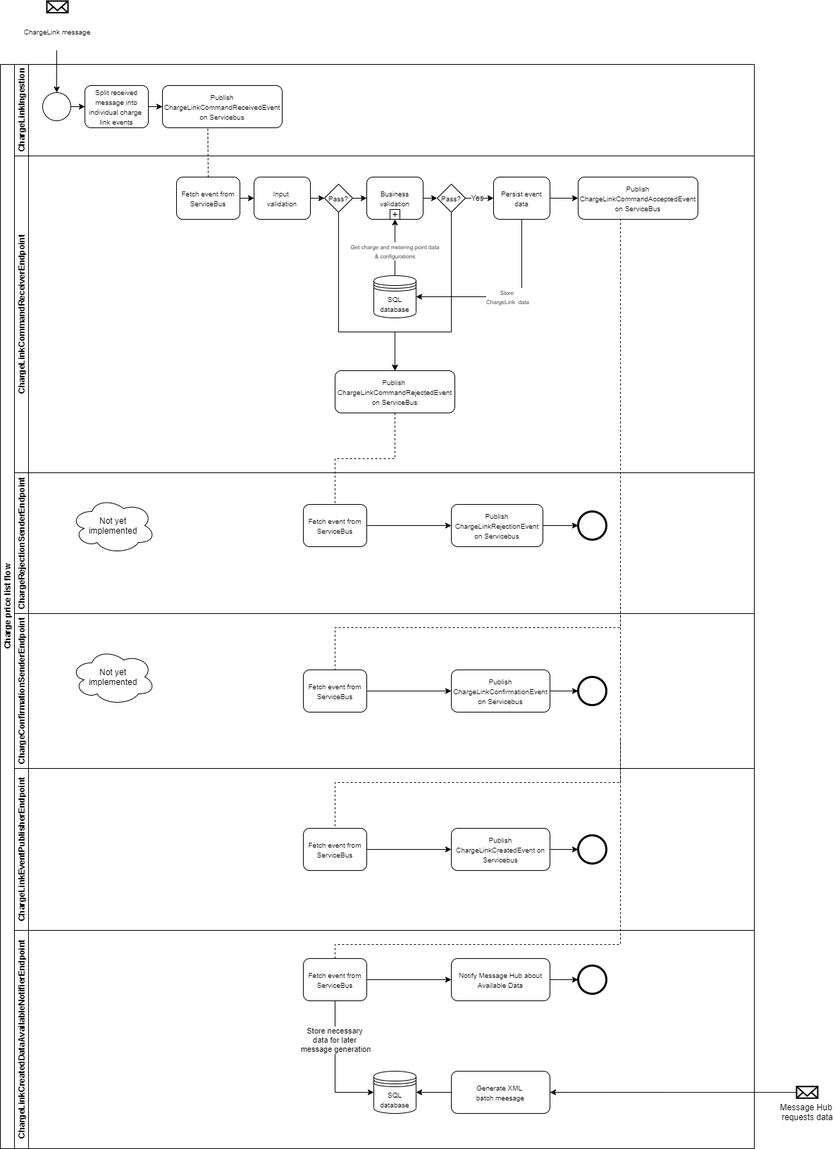
Above: docs/process-flows/images/CreateChargeLinkProcessFlow.png in Energinet-DataHub/ARCHIVED-geh-charges (draw.io), before the change. Source tidied: cells renumbered, new cells last; positions are measured from the earlier drawing's top-left corner, leaving out a move shared by most shapes.
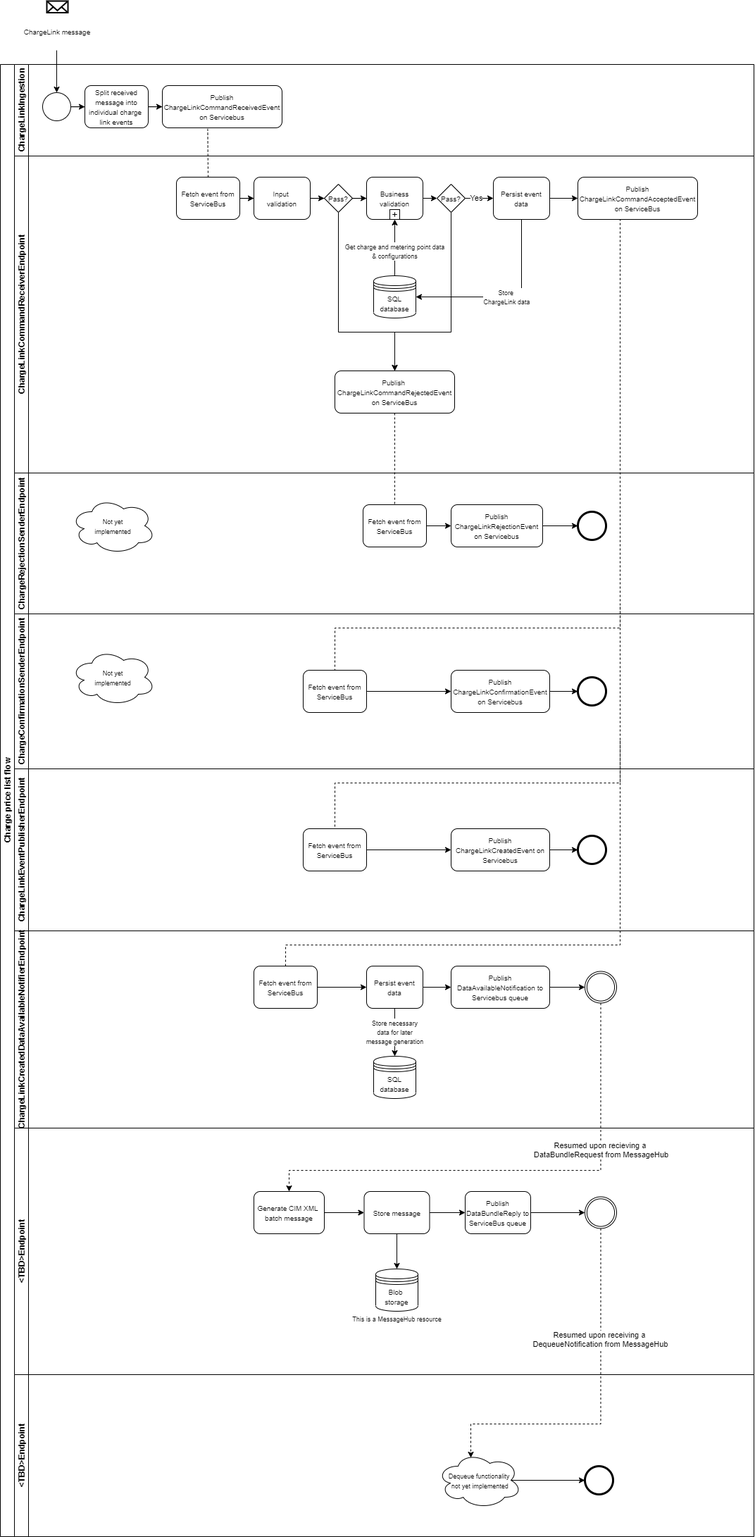
Later version of the same file.

Commit message:
Alternative display of MessageHub communication

What changed in the source:
```diff
@@ -3,7 +3,7 @@
     <mxCell id="0" />
     <mxCell id="1" parent="0" />
     <mxCell id="2" value="Charge price list flow" style="swimlane;html=1;horizontal=0;startSize=20;rounded=0;" parent="1" vertex="1">
-      <mxGeometry y="90" width="1070" height="1540" as="geometry" />
+      <mxGeometry y="90" width="1070" height="2090" as="geometry" />
     </mxCell>
     <mxCell id="3" value="ChargeLinkIngestion" style="swimlane;html=1;startSize=20;horizontal=0;" parent="2" vertex="1">
       <mxGeometry x="20" width="1050" height="130" as="geometry" />
@@ -98,7 +98,7 @@
     <mxCell id="29" value="&lt;span style=&quot;font-size: 10px&quot;&gt;Publish&amp;nbsp;&lt;/span&gt;&lt;br style=&quot;font-size: 10px&quot;&gt;&lt;span style=&quot;font-size: 10px&quot;&gt;ChargeLinkCommandRejectedEvent on ServiceBus&lt;/span&gt;" style="whiteSpace=wrap;html=1;rounded=1;" parent="9" vertex="1">
       <mxGeometry x="455" y="305" width="170" height="60" as="geometry" />
     </mxCell>
-    <mxCell id="30" value="&lt;font style=&quot;font-size: 8px&quot;&gt;Store &lt;br&gt;ChargeLink&amp;nbsp; data&lt;/font&gt;" style="edgeStyle=orthogonalEdgeStyle;rounded=0;jettySize=auto;html=1;entryX=1;entryY=0.5;entryDx=0;entryDy=0;" parent="9" edge="1" source="15" target="28">
+    <mxCell id="30" value="&lt;font style=&quot;font-size: 9px&quot;&gt;Store &lt;br&gt;ChargeLink data&lt;/font&gt;" style="edgeStyle=orthogonalEdgeStyle;rounded=0;jettySize=auto;html=1;entryX=1;entryY=0.5;entryDx=0;entryDy=0;" parent="9" edge="1" source="15" target="28">
       <mxGeometry relative="1" as="geometry">
         <Array as="points">
           <mxPoint x="720" y="200" />
@@ -118,12 +118,12 @@
       <mxGeometry relative="1" as="geometry" />
     </mxCell>
     <mxCell id="35" value="&lt;font style=&quot;font-size: 10px&quot;&gt;Fetch event from ServiceBus&lt;/font&gt;" style="rounded=1;whiteSpace=wrap;html=1;fontFamily=Helvetica;fontSize=12;fontColor=#000000;align=center;" parent="31" vertex="1">
-      <mxGeometry x="410" y="45" width="90" height="60" as="geometry" />
+      <mxGeometry x="495" y="45" width="90" height="60" as="geometry" />
     </mxCell>
     <mxCell id="36" value="&lt;font style=&quot;font-size: 10px&quot;&gt;Publish ChargeLinkRejectionEvent on Servicebus&lt;/font&gt;" style="rounded=1;whiteSpace=wrap;html=1;fontFamily=Helvetica;fontSize=12;fontColor=#000000;align=center;" parent="31" vertex="1">
       <mxGeometry x="620" y="45" width="130" height="60" as="geometry" />
     </mxCell>
-    <mxCell id="37" value="Not yet&lt;br&gt;implemented" style="ellipse;shape=cloud;whiteSpace=wrap;html=1;" parent="31" vertex="1">
+    <mxCell id="37" value="&lt;font style=&quot;font-size: 9px&quot;&gt;Not yet&lt;br&gt;implemented&lt;/font&gt;" style="ellipse;shape=cloud;whiteSpace=wrap;html=1;" parent="31" vertex="1">
       <mxGeometry x="80" y="35" width="120" height="80" as="geometry" />
     </mxCell>
     <mxCell id="38" value="ChargeConfirmationSenderEndpoint" style="swimlane;html=1;startSize=20;horizontal=0;" parent="2" vertex="1">
@@ -144,7 +144,7 @@
     <mxCell id="43" style="edgeStyle=orthogonalEdgeStyle;rounded=0;jettySize=auto;html=1;exitX=1;exitY=0.5;exitDx=0;exitDy=0;entryX=0;entryY=0.5;entryDx=0;entryDy=0;" parent="38" edge="1" source="42" target="41">
       <mxGeometry relative="1" as="geometry" />
     </mxCell>
-    <mxCell id="44" value="Not yet&lt;br&gt;implemented" style="ellipse;shape=cloud;whiteSpace=wrap;html=1;" parent="38" vertex="1">
+    <mxCell id="44" value="&lt;font style=&quot;font-size: 9px&quot;&gt;Not yet&lt;br&gt;implemented&lt;/font&gt;" style="ellipse;shape=cloud;whiteSpace=wrap;html=1;" parent="38" vertex="1">
       <mxGeometry x="80" y="50" width="120" height="80" as="geometry" />
     </mxCell>
     <mxCell id="45" value="ChargeLinkEventPublisherEndpoint" style="swimlane;html=1;startSize=20;horizontal=0;" parent="2" vertex="1">
@@ -167,58 +167,120 @@
     <mxCell id="50" style="edgeStyle=orthogonalEdgeStyle;rounded=0;jettySize=auto;html=1;exitX=1;exitY=0.5;exitDx=0;exitDy=0;entryX=0;entryY=0.5;entryDx=0;entryDy=0;" parent="45" edge="1" source="49" target="48">
       <mxGeometry relative="1" as="geometry" />
     </mxCell>
+    <mxCell id="62" style="endArrow=none;dashed=1;html=1;entryX=0.379;entryY=1.023;entryDx=0;entryDy=0;exitX=0.5;exitY=0;exitDx=0;exitDy=0;entryPerimeter=0;" parent="2" edge="1" source="10" target="7">
+      <mxGeometry relative="1" as="geometry" />
+    </mxCell>
+    <mxCell id="63" style="endArrow=none;dashed=1;edgeStyle=orthogonalEdgeStyle;rounded=0;jettySize=auto;html=1;entryX=0.5;entryY=0;entryDx=0;entryDy=0;exitX=0.5;exitY=1;exitDx=0;exitDy=0;" parent="2" edge="1" source="29" target="35">
+      <mxGeometry relative="1" as="geometry" />
+    </mxCell>
+    <mxCell id="64" style="endArrow=none;dashed=1;edgeStyle=orthogonalEdgeStyle;rounded=0;jettySize=auto;html=1;entryX=0.5;entryY=0;entryDx=0;entryDy=0;exitX=0.5;exitY=1;exitDx=0;exitDy=0;" parent="2" edge="1" source="14" target="42">
+      <mxGeometry relative="1" as="geometry">
+        <Array as="points">
+          <mxPoint x="880" y="220" />
+          <mxPoint x="880" y="800" />
+          <mxPoint x="475" y="800" />
+        </Array>
+      </mxGeometry>
+    </mxCell>
     <mxCell id="51" value="ChargeLinkCreatedDataAvailableNotifierEndpoint" style="swimlane;html=1;startSize=20;horizontal=0;" parent="2" vertex="1">
-      <mxGeometry x="20" y="1230" width="1050" height="310" as="geometry" />
+      <mxGeometry x="20" y="1230" width="1050" height="280" as="geometry" />
     </mxCell>
-    <mxCell id="52" style="shape=mxgraph.bpmn.shape;html=1;verticalLabelPosition=bottom;labelBackgroundColor=#ffffff;verticalAlign=top;align=center;perimeter=ellipsePerimeter;outlineConnect=0;outline=end;symbol=general;strokeColor=#000000;" parent="51" vertex="1">
-      <mxGeometry x="800" y="50" width="40" height="40" as="geometry" />
-    </mxCell>
-    <mxCell id="53" style="edgeStyle=orthogonalEdgeStyle;rounded=0;jettySize=auto;html=1;exitX=1;exitY=0.5;exitDx=0;exitDy=0;" parent="51" edge="1" source="54" target="52">
+    <mxCell id="53" style="edgeStyle=orthogonalEdgeStyle;rounded=0;jettySize=auto;html=1;exitX=1;exitY=0.5;exitDx=0;exitDy=0;entryX=0;entryY=0.5;entryDx=0;entryDy=0;entryPerimeter=0;" parent="51" edge="1" source="54" target="75">
       <mxGeometry relative="1" as="geometry" />
     </mxCell>
-    <mxCell id="54" value="&lt;font style=&quot;font-size: 10px&quot;&gt;Notify Message Hub about Available Data&lt;br&gt;&lt;/font&gt;" style="rounded=1;whiteSpace=wrap;html=1;fontFamily=Helvetica;fontSize=12;fontColor=#000000;align=center;" parent="51" vertex="1">
-      <mxGeometry x="620" y="40" width="140" height="60" as="geometry" />
+    <mxCell id="54" value="&lt;font style=&quot;font-size: 10px&quot;&gt;Publish DataAvailableNotification to Servicebus queue&lt;/font&gt;" style="rounded=1;whiteSpace=wrap;html=1;fontFamily=Helvetica;fontSize=12;fontColor=#000000;align=center;" parent="51" vertex="1">
+      <mxGeometry x="620" y="50" width="140" height="60" as="geometry" />
     </mxCell>
-    <mxCell id="55" style="edgeStyle=orthogonalEdgeStyle;rounded=0;jettySize=auto;html=1;entryX=0;entryY=0.5;entryDx=0;entryDy=0;exitX=0.5;exitY=1;exitDx=0;exitDy=0;" parent="51" edge="1" source="57" target="59">
-      <mxGeometry relative="1" as="geometry" />
-    </mxCell>
-    <mxCell id="56" value="Store necessary &lt;br&gt;data for later &lt;br&gt;message generation" style="edgeLabel;html=1;align=center;verticalAlign=middle;" parent="55" vertex="1">
-      <mxGeometry x="-0.12" relative="1" as="geometry">
-        <mxPoint y="-26" as="offset" />
-      </mxGeometry>
-    </mxCell>
     <mxCell id="57" value="&lt;font style=&quot;font-size: 10px&quot;&gt;Fetch event from ServiceBus&lt;/font&gt;" style="rounded=1;whiteSpace=wrap;html=1;fontFamily=Helvetica;fontSize=12;fontColor=#000000;align=center;" parent="51" vertex="1">
-      <mxGeometry x="410" y="40" width="90" height="60" as="geometry" />
+      <mxGeometry x="340" y="50" width="90" height="60" as="geometry" />
     </mxCell>
-    <mxCell id="58" style="edgeStyle=orthogonalEdgeStyle;rounded=0;jettySize=auto;html=1;exitX=1;exitY=0.5;exitDx=0;exitDy=0;" parent="51" edge="1" source="57">
-      <mxGeometry relative="1" as="geometry">
-        <mxPoint x="620" y="70" as="targetPoint" />
-      </mxGeometry>
+    <mxCell id="58" style="edgeStyle=orthogonalEdgeStyle;rounded=0;jettySize=auto;html=1;exitX=1;exitY=0.5;exitDx=0;exitDy=0;entryX=0;entryY=0.5;entryDx=0;entryDy=0;" parent="51" edge="1" source="57" target="74">
+      <mxGeometry relative="1" as="geometry" />
     </mxCell>
     <mxCell id="59" value="&lt;font style=&quot;font-size: 10px&quot;&gt;SQL database&lt;/font&gt;" style="shape=datastore;whiteSpace=wrap;html=1;" parent="51" vertex="1">
-      <mxGeometry x="510" y="200" width="60" height="60" as="geometry" />
+      <mxGeometry x="510" y="178" width="60" height="60" as="geometry" />
     </mxCell>
-    <mxCell id="60" style="edgeStyle=orthogonalEdgeStyle;rounded=0;jettySize=auto;html=1;entryX=1;entryY=0.5;entryDx=0;entryDy=0;" parent="51" edge="1" source="61" target="59">
-      <mxGeometry relative="1" as="geometry" />
-    </mxCell>
-    <mxCell id="61" value="&lt;font style=&quot;font-size: 10px&quot;&gt;Generate XML &lt;br&gt;batch meesage&lt;br&gt;&lt;/font&gt;" style="rounded=1;whiteSpace=wrap;html=1;fontFamily=Helvetica;fontSize=12;fontColor=#000000;align=center;" parent="51" vertex="1">
-      <mxGeometry x="620" y="200" width="140" height="60" as="geometry" />
-    </mxCell>
-    <mxCell id="62" style="endArrow=none;dashed=1;html=1;entryX=0.379;entryY=1.023;entryDx=0;entryDy=0;exitX=0.5;exitY=0;exitDx=0;exitDy=0;entryPerimeter=0;" parent="2" edge="1" source="10" target="7">
-      <mxGeometry relative="1" as="geometry" />
-    </mxCell>
-    <mxCell id="63" style="endArrow=none;dashed=1;edgeStyle=orthogonalEdgeStyle;rounded=0;jettySize=auto;html=1;entryX=0.5;entryY=0;entryDx=0;entryDy=0;exitX=0.5;exitY=1;exitDx=0;exitDy=0;" parent="2" edge="1" source="29" target="35">
-      <mxGeometry relative="1" as="geometry" />
-    </mxCell>
-    <mxCell id="64" style="endArrow=none;dashed=1;edgeStyle=orthogonalEdgeStyle;rounded=0;jettySize=auto;html=1;entryX=0.5;entryY=0;entryDx=0;entryDy=0;exitX=0.5;exitY=1;exitDx=0;exitDy=0;" parent="2" edge="1" source="14" target="42">
-      <mxGeometry relative="1" as="geometry">
-        <Array as="points">
-          <mxPoint x="880" y="220" />
-          <mxPoint x="880" y="800" />
-          <mxPoint x="475" y="800" />
-        </Array>
-      </mxGeometry>
-    </mxCell>
+    <mxCell id="56" value="&lt;span style=&quot;font-size: 9px&quot;&gt;Store necessary&lt;/span&gt;&lt;br style=&quot;font-size: 9px&quot;&gt;&lt;span style=&quot;font-size: 9px&quot;&gt;data for later&lt;/span&gt;&lt;br style=&quot;font-size: 9px&quot;&gt;&lt;span style=&quot;font-size: 9px&quot;&gt;message generation&lt;/span&gt;" style="edgeStyle=orthogonalEdgeStyle;rounded=0;jettySize=auto;html=1;entryX=0.5;entryY=0;entryDx=0;entryDy=0;" parent="51" edge="1" source="74" target="59">
+      <mxGeometry relative="1" as="geometry" />
+    </mxCell>
+    <mxCell id="73" style="edgeStyle=orthogonalEdgeStyle;rounded=0;jettySize=auto;html=1;entryX=0;entryY=0.5;entryDx=0;entryDy=0;" parent="51" edge="1" source="74" target="54">
+      <mxGeometry relative="1" as="geometry" />
+    </mxCell>
+    <mxCell id="74" value="&lt;font style=&quot;font-size: 10px&quot;&gt;Persist event data&lt;/font&gt;" style="whiteSpace=wrap;html=1;rounded=1;" parent="51" vertex="1">
+      <mxGeometry x="500" y="50" width="80" height="60" as="geometry" />
+    </mxCell>
+    <mxCell id="75" style="points=[[0.145,0.145,0],[0.5,0,0],[0.855,0.145,0],[1,0.5,0],[0.855,0.855,0],[0.5,1,0],[0.145,0.855,0],[0,0.5,0]];shape=mxgraph.bpmn.event;html=1;verticalLabelPosition=bottom;labelBackgroundColor=#ffffff;verticalAlign=top;align=center;perimeter=ellipsePerimeter;outlineConnect=0;outline=throwing;symbol=general;" parent="51" vertex="1">
+      <mxGeometry x="810" y="57.5" width="45" height="45" as="geometry" />
+    </mxCell>
+    <mxCell id="76" style="edgeStyle=orthogonalEdgeStyle;rounded=0;jettySize=auto;html=1;entryX=0.5;entryY=0;entryDx=0;entryDy=0;dashed=1;exitX=0.5;exitY=1;exitDx=0;exitDy=0;exitPerimeter=0;" parent="2" edge="1" source="75" target="83">
+      <mxGeometry relative="1" as="geometry">
+        <Array as="points">
+          <mxPoint x="852" y="1570" />
+          <mxPoint x="410" y="1570" />
+        </Array>
+      </mxGeometry>
+    </mxCell>
+    <mxCell id="77" value="Resumed upon recieving a &lt;br&gt;DataBundleRequest from MessageHub" style="edgeLabel;html=1;align=center;verticalAlign=middle;" parent="76" vertex="1">
+      <mxGeometry x="-0.44" y="5" relative="1" as="geometry">
+        <mxPoint x="-5" y="10" as="offset" />
+      </mxGeometry>
+    </mxCell>
+    <mxCell id="78" value="&amp;lt;TBD&amp;gt;Endpoint" style="swimlane;html=1;startSize=20;horizontal=0;" parent="2" vertex="1">
+      <mxGeometry x="20" y="1510" width="1050" height="350" as="geometry" />
+    </mxCell>
+    <mxCell id="79" style="edgeStyle=orthogonalEdgeStyle;rounded=0;jettySize=auto;html=1;entryX=0.5;entryY=0;entryDx=0;entryDy=0;" parent="78" edge="1" source="81" target="88">
+      <mxGeometry relative="1" as="geometry" />
+    </mxCell>
+    <mxCell id="80" style="edgeStyle=orthogonalEdgeStyle;rounded=0;jettySize=auto;html=1;entryX=0;entryY=0.5;entryDx=0;entryDy=0;" parent="78" edge="1" source="81" target="86">
+      <mxGeometry relative="1" as="geometry" />
+    </mxCell>
+    <mxCell id="81" value="&lt;font style=&quot;font-size: 10px&quot;&gt;Store message&lt;br&gt;&lt;/font&gt;" style="rounded=1;whiteSpace=wrap;html=1;fontFamily=Helvetica;fontSize=12;fontColor=#000000;align=center;" parent="78" vertex="1">
+      <mxGeometry x="496.5" y="90" width="93" height="60" as="geometry" />
+    </mxCell>
+    <mxCell id="82" style="edgeStyle=orthogonalEdgeStyle;rounded=0;jettySize=auto;html=1;entryX=0;entryY=0.5;entryDx=0;entryDy=0;exitX=1;exitY=0.5;exitDx=0;exitDy=0;" parent="78" edge="1" source="83" target="81">
+      <mxGeometry relative="1" as="geometry" />
+    </mxCell>
+    <mxCell id="83" value="&lt;font style=&quot;font-size: 10px&quot;&gt;Generate CIM XML &lt;br&gt;batch message&lt;br&gt;&lt;/font&gt;" style="rounded=1;whiteSpace=wrap;html=1;fontFamily=Helvetica;fontSize=12;fontColor=#000000;align=center;" parent="78" vertex="1">
+      <mxGeometry x="340" y="90" width="100" height="60" as="geometry" />
+    </mxCell>
+    <mxCell id="84" style="points=[[0.145,0.145,0],[0.5,0,0],[0.855,0.145,0],[1,0.5,0],[0.855,0.855,0],[0.5,1,0],[0.145,0.855,0],[0,0.5,0]];shape=mxgraph.bpmn.event;html=1;verticalLabelPosition=bottom;labelBackgroundColor=#ffffff;verticalAlign=top;align=center;perimeter=ellipsePerimeter;outlineConnect=0;outline=throwing;symbol=general;" parent="78" vertex="1">
+      <mxGeometry x="810" y="97.5" width="45" height="45" as="geometry" />
+    </mxCell>
+    <mxCell id="85" style="edgeStyle=orthogonalEdgeStyle;rounded=0;jettySize=auto;html=1;" parent="78" edge="1" source="86" target="84">
+      <mxGeometry relative="1" as="geometry" />
+    </mxCell>
+    <mxCell id="86" value="&lt;font style=&quot;font-size: 10px&quot;&gt;Publish DataBundleReply to ServiceBus queue&lt;br&gt;&lt;/font&gt;" style="rounded=1;whiteSpace=wrap;html=1;fontFamily=Helvetica;fontSize=12;fontColor=#000000;align=center;" parent="78" vertex="1">
+      <mxGeometry x="640" y="90" width="93" height="60" as="geometry" />
+    </mxCell>
+    <mxCell id="87" style="group;" parent="78" vertex="1">
+      <mxGeometry x="473" y="200" width="140" height="80" as="geometry" />
+    </mxCell>
+    <mxCell id="88" value="&lt;font style=&quot;font-size: 10px&quot;&gt;Blob &lt;br&gt;storage&lt;/font&gt;" style="shape=datastore;whiteSpace=wrap;html=1;" parent="87" vertex="1">
+      <mxGeometry x="40" width="60" height="60" as="geometry" />
+    </mxCell>
+    <mxCell id="89" value="&lt;font style=&quot;font-size: 9px&quot;&gt;This is a &lt;font style=&quot;font-size: 9px&quot;&gt;MessageHub &lt;/font&gt;resource&lt;/font&gt;" style="text;html=1;align=center;verticalAlign=middle;strokeColor=none;fillColor=none;" parent="87" vertex="1">
+      <mxGeometry y="60" width="140" height="20" as="geometry" />
+    </mxCell>
+    <mxCell id="90" value="&amp;lt;TBD&amp;gt;Endpoint" style="swimlane;html=1;startSize=20;horizontal=0;" parent="2" vertex="1">
+      <mxGeometry x="20" y="1860" width="1050" height="230" as="geometry" />
+    </mxCell>
+    <mxCell id="91" style="edgeStyle=orthogonalEdgeStyle;rounded=0;jettySize=auto;html=1;entryX=0;entryY=0.5;entryDx=0;entryDy=0;exitX=0.875;exitY=0.5;exitDx=0;exitDy=0;exitPerimeter=0;" parent="90" edge="1" source="92" target="93">
+      <mxGeometry relative="1" as="geometry" />
+    </mxCell>
+    <mxCell id="92" value="&lt;font style=&quot;font-size: 9px&quot;&gt;Dequeue functionality&lt;br&gt;&amp;nbsp;not yet implemented&lt;/font&gt;" style="ellipse;shape=cloud;whiteSpace=wrap;html=1;" parent="90" vertex="1">
+      <mxGeometry x="600" y="110" width="120" height="80" as="geometry" />
+    </mxCell>
+    <mxCell id="93" style="shape=mxgraph.bpmn.shape;html=1;verticalLabelPosition=bottom;labelBackgroundColor=#ffffff;verticalAlign=top;align=center;perimeter=ellipsePerimeter;outlineConnect=0;outline=end;symbol=general;strokeColor=#000000;" parent="90" vertex="1">
+      <mxGeometry x="810" y="130" width="40" height="40" as="geometry" />
+    </mxCell>
+    <mxCell id="94" value="Resumed upon receiving a &lt;br&gt;DequeueNotification from MessageHub" style="edgeStyle=orthogonalEdgeStyle;rounded=0;jettySize=auto;html=1;dashed=1;exitX=0.5;exitY=1;exitDx=0;exitDy=0;exitPerimeter=0;entryX=0.4;entryY=0.1;entryDx=0;entryDy=0;entryPerimeter=0;" parent="2" edge="1" source="84" target="92">
+      <mxGeometry x="-0.38" relative="1" as="geometry">
+        <Array as="points">
+          <mxPoint x="852" y="1930" />
+          <mxPoint x="668" y="1930" />
+        </Array>
+      </mxGeometry>
+    </mxCell>
     <mxCell id="65" style="edgeStyle=orthogonalEdgeStyle;rounded=0;orthogonalLoop=1;jettySize=auto;html=1;" parent="1" edge="1">
       <mxGeometry relative="1" as="geometry">
         <mxPoint x="80" y="70" as="sourcePoint" />
@@ -231,7 +293,7 @@
     <mxCell id="67" value="&lt;font style=&quot;font-size: 10px&quot;&gt;ChargeLink message&lt;br&gt;&lt;/font&gt;" style="text;html=1;strokeColor=none;fillColor=none;align=center;verticalAlign=middle;whiteSpace=wrap;rounded=0;" parent="1" vertex="1">
       <mxGeometry x="26" y="32.5" width="110" height="20" as="geometry" />
     </mxCell>
-    <mxCell id="68" value="&lt;font&gt;&lt;font style=&quot;font-size: 8px&quot;&gt;Get charge and metering point data&lt;br&gt;&amp;amp; configurations&lt;/font&gt;&lt;br&gt;&lt;/font&gt;" style="edgeStyle=orthogonalEdgeStyle;rounded=0;jettySize=auto;html=1;exitX=0.5;exitY=0;exitDx=0;exitDy=0;" parent="1" edge="1" source="28">
+    <mxCell id="68" value="&lt;font style=&quot;font-size: 9px&quot;&gt;&lt;font style=&quot;font-size: 9px&quot;&gt;Get charge and metering point data&lt;br&gt;&amp;amp; configurations&lt;/font&gt;&lt;br&gt;&lt;/font&gt;" style="edgeStyle=orthogonalEdgeStyle;rounded=0;jettySize=auto;html=1;exitX=0.5;exitY=0;exitDx=0;exitDy=0;" parent="1" edge="1" source="28">
       <mxGeometry x="-0.38" y="-10" relative="1" as="geometry">
         <mxPoint x="560" y="310" as="targetPoint" />
         <Array as="points">
@@ -254,16 +316,10 @@
       <mxGeometry relative="1" as="geometry">
         <mxPoint x="880" y="1049" as="targetPoint" />
         <Array as="points">
-          <mxPoint x="475" y="1340" />
+          <mxPoint x="405" y="1340" />
           <mxPoint x="880" y="1340" />
         </Array>
       </mxGeometry>
     </mxCell>
-    <mxCell id="71" style="edgeStyle=orthogonalEdgeStyle;rounded=0;jettySize=auto;html=1;entryX=1;entryY=0.5;entryDx=0;entryDy=0;" parent="1" edge="1" source="72" target="61">
-      <mxGeometry relative="1" as="geometry" />
-    </mxCell>
-    <mxCell id="72" value="Message Hub &lt;br&gt;requests data" style="html=1;verticalLabelPosition=bottom;align=center;labelBackgroundColor=#ffffff;verticalAlign=top;strokeWidth=2;strokeColor=#000000;shadow=0;dashed=0;shape=mxgraph.ios7.icons.mail;" parent="1" vertex="1">
-      <mxGeometry x="1130" y="1541.8" width="30" height="16.5" as="geometry" />
-    </mxCell>
   </root>
 </mxGraphModel>
```
